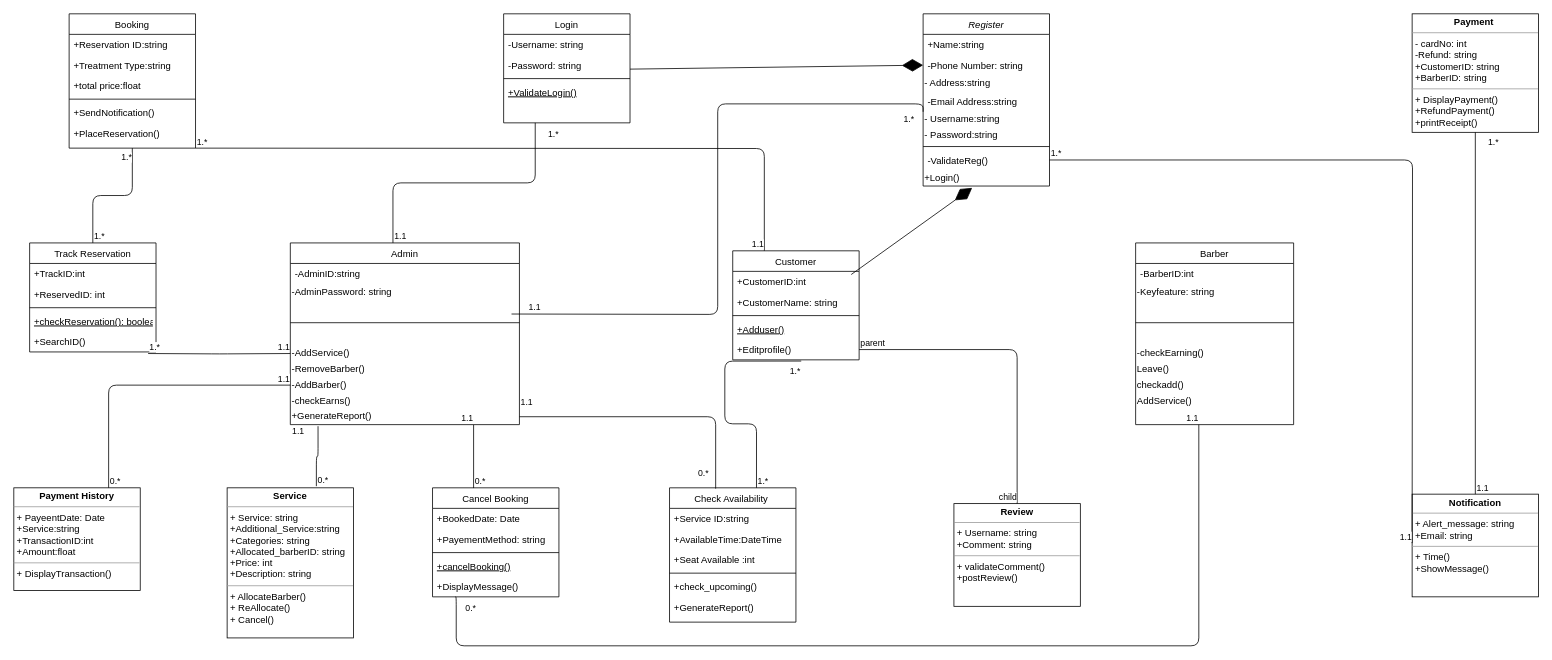
The draw.io diagram Untitled Diagram.drawio in harshvashi/hv, before the edit. Source tidied: cells renumbered, new cells numbered last; positions are measured from the earlier drawing's top-left corner, leaving out a move shared by most shapes. Both pictures are drawn from the tidied source at 79%, with x=0, y=0 at pixel (13, 13).
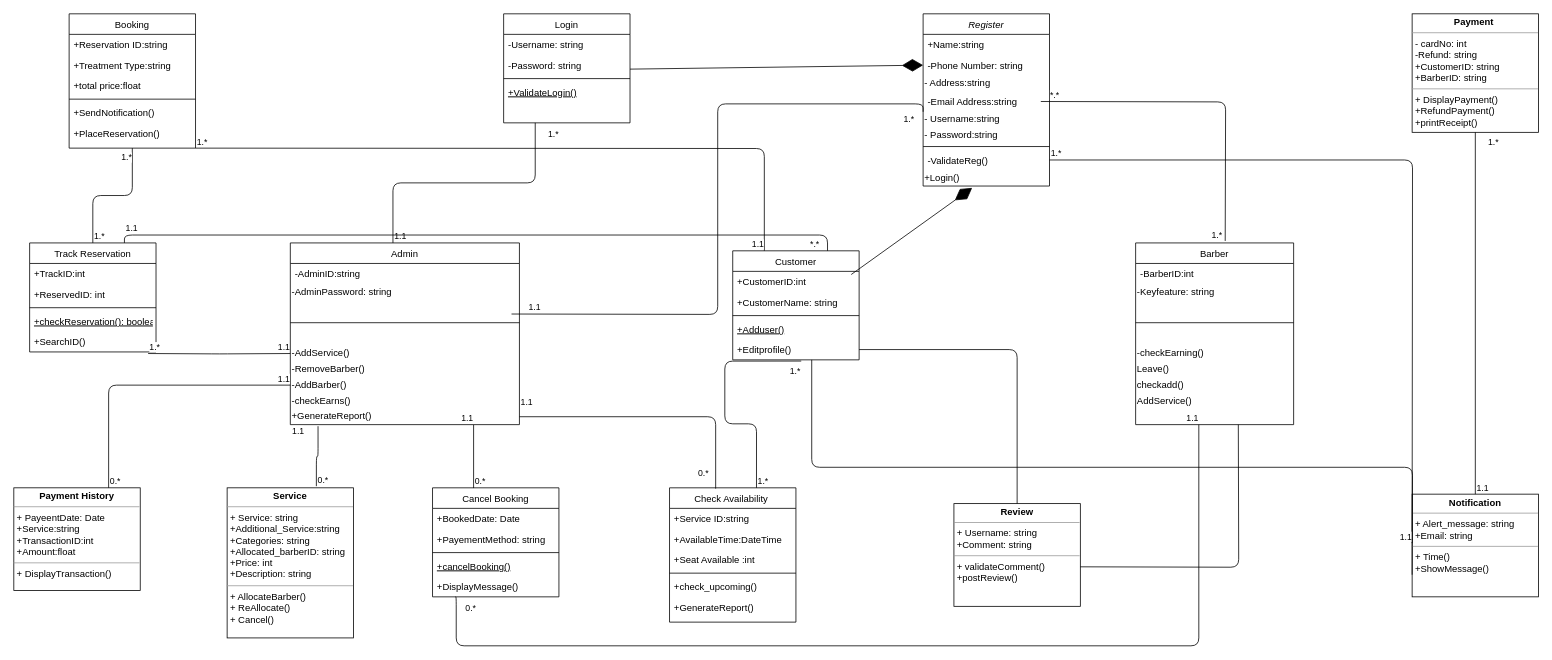
The same diagram, later.

Unchanged cells that the change refers to:
```xml
<mxCell id="2" value="Track Reservation" style="swimlane;fontStyle=0;align=center;verticalAlign=top;horizontal=1;startSize=26;rounded=0;shadow=0;strokeWidth=1;" parent="1" vertex="1">
  <mxGeometry x="20" y="290" width="160" height="138" as="geometry" />
</mxCell>
<mxCell id="76" value="Customer" style="swimlane;fontStyle=0;align=center;verticalAlign=top;horizontal=1;startSize=26;rounded=0;shadow=0;strokeWidth=1;" parent="1" vertex="1">
  <mxGeometry x="910" y="300" width="160" height="138" as="geometry" />
</mxCell>
<mxCell id="82" value="+Editprofile()" style="text;align=left;verticalAlign=top;spacingLeft=4;spacingRight=4;overflow=hidden;points=[[0,0.5],[1,0.5]];portConstraint=eastwest;" parent="76" vertex="1">
  <mxGeometry y="112" width="160" height="26" as="geometry" />
</mxCell>
<mxCell id="105" style="endArrow=none;html=1;edgeStyle=orthogonalEdgeStyle;entryX=0.5;entryY=0;entryDx=0;entryDy=0;exitX=1;exitY=0.5;exitDx=0;exitDy=0;" parent="1" edge="1" source="82" target="52">
  <mxGeometry relative="1" as="geometry" />
</mxCell>
```

Change to the diagram source:
```diff
@@
-    <mxCell id="106" value="parent" style="edgeLabel;html=1;align=left;verticalAlign=bottom;" parent="105" vertex="1">
-      <mxGeometry x="-1" relative="1" as="geometry" />
-    </mxCell>
-    <mxCell id="107" value="child" style="edgeLabel;html=1;align=right;verticalAlign=bottom;" parent="105" vertex="1">
-      <mxGeometry x="1" relative="1" as="geometry" />
-    </mxCell>
@@
+    <mxCell id="115" style="endArrow=none;html=1;edgeStyle=orthogonalEdgeStyle;entryX=0.622;entryY=-0.011;entryDx=0;entryDy=0;entryPerimeter=0;exitX=1;exitY=0.5;exitDx=0;exitDy=0;" parent="1" edge="1">
+      <mxGeometry relative="1" as="geometry">
+        <mxPoint x="1300" y="111" as="sourcePoint" />
+        <mxPoint x="1533.4" y="287.5" as="targetPoint" />
+      </mxGeometry>
+    </mxCell>
+    <mxCell id="116" value="*.*" style="edgeLabel;html=1;align=left;verticalAlign=bottom;" parent="115" vertex="1">
+      <mxGeometry x="-1" relative="1" as="geometry">
+        <mxPoint x="10" as="offset" />
+      </mxGeometry>
+    </mxCell>
+    <mxCell id="117" value="1.*" style="edgeLabel;html=1;align=right;verticalAlign=bottom;" parent="115" vertex="1">
+      <mxGeometry x="1" relative="1" as="geometry">
+        <mxPoint x="-3.4" as="offset" />
+      </mxGeometry>
+    </mxCell>
+    <mxCell id="118" style="endArrow=none;html=1;edgeStyle=orthogonalEdgeStyle;" parent="1" edge="1">
+      <mxGeometry relative="1" as="geometry">
+        <mxPoint x="1350" y="700" as="sourcePoint" />
+        <mxPoint x="1550" y="520" as="targetPoint" />
+      </mxGeometry>
+    </mxCell>
+    <mxCell id="119" style="endArrow=none;html=1;edgeStyle=orthogonalEdgeStyle;exitX=0.625;exitY=1;exitDx=0;exitDy=0;exitPerimeter=0;" parent="1" edge="1" source="82">
+      <mxGeometry relative="1" as="geometry">
+        <mxPoint x="1770" y="710" as="targetPoint" />
+      </mxGeometry>
+    </mxCell>
+    <mxCell id="120" style="endArrow=none;html=1;edgeStyle=orthogonalEdgeStyle;exitX=0.75;exitY=0;exitDx=0;exitDy=0;entryX=0.75;entryY=0;entryDx=0;entryDy=0;" parent="1" edge="1" source="2" target="76">
+      <mxGeometry relative="1" as="geometry" />
+    </mxCell>
+    <mxCell id="121" value="1.1" style="edgeLabel;html=1;align=left;verticalAlign=bottom;" parent="120" vertex="1">
+      <mxGeometry x="-1" relative="1" as="geometry">
+        <mxPoint y="-10" as="offset" />
+      </mxGeometry>
+    </mxCell>
+    <mxCell id="122" value="*.*" style="edgeLabel;html=1;align=right;verticalAlign=bottom;" parent="120" vertex="1">
+      <mxGeometry x="1" relative="1" as="geometry">
+        <mxPoint x="-10" as="offset" />
+      </mxGeometry>
+    </mxCell>
```
